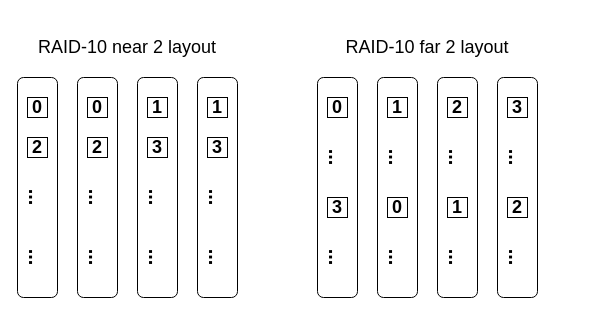
Earlier version of the draw.io diagram expandRAID/RAID-layout.drawio (Icarusradio/Pictures). Source tidied: cells renumbered, new cells numbered last; positions are measured from the earlier drawing's top-left corner, leaving out a move shared by most shapes. Both pictures are drawn from the tidied source at 100%, with x=0, y=0 at pixel (17, 17).
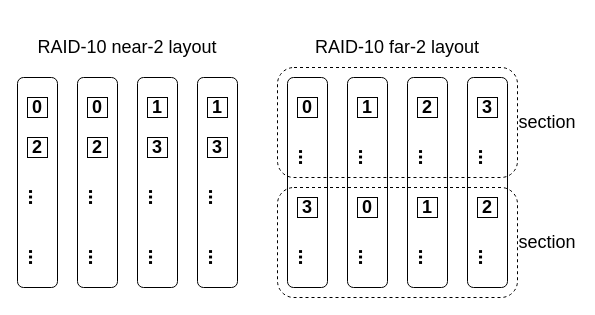
After the change.

What changed in the source:
```diff
@@
+    <mxCell id="44" style="rounded=1;whiteSpace=wrap;html=1;fillColor=none;dashed=1;" parent="1" vertex="1">
+      <mxGeometry x="260" y="170" width="240" height="110" as="geometry" />
+    </mxCell>
+    <mxCell id="45" style="rounded=1;whiteSpace=wrap;html=1;fillColor=none;dashed=1;" parent="1" vertex="1">
+      <mxGeometry x="260" y="50" width="240" height="110" as="geometry" />
+    </mxCell>
     <mxCell id="2" style="rounded=1;whiteSpace=wrap;html=1;fillColor=none;" parent="1" vertex="1">
-      <mxGeometry x="480" y="60" width="40" height="220" as="geometry" />
+      <mxGeometry x="450" y="60" width="40" height="210" as="geometry" />
     </mxCell>
     <mxCell id="3" style="rounded=1;whiteSpace=wrap;html=1;fillColor=none;" parent="1" vertex="1">
-      <mxGeometry x="420" y="60" width="40" height="220" as="geometry" />
+      <mxGeometry x="390" y="60" width="40" height="210" as="geometry" />
     </mxCell>
     <mxCell id="4" style="rounded=1;whiteSpace=wrap;html=1;fillColor=none;" parent="1" vertex="1">
-      <mxGeometry x="360" y="60" width="40" height="220" as="geometry" />
+      <mxGeometry x="330" y="60" width="40" height="210" as="geometry" />
     </mxCell>
     <mxCell id="5" style="rounded=1;whiteSpace=wrap;html=1;fillColor=none;" parent="1" vertex="1">
-      <mxGeometry x="300" y="60" width="40" height="220" as="geometry" />
+      <mxGeometry x="270" y="60" width="40" height="210" as="geometry" />
     </mxCell>
     <mxCell id="6" style="rounded=1;whiteSpace=wrap;html=1;fillColor=none;" parent="1" vertex="1">
-      <mxGeometry x="180" y="60" width="40" height="220" as="geometry" />
+      <mxGeometry x="180" y="60" width="40" height="210" as="geometry" />
     </mxCell>
     <mxCell id="7" style="rounded=1;whiteSpace=wrap;html=1;fillColor=none;" parent="1" vertex="1">
-      <mxGeometry x="120" y="60" width="40" height="220" as="geometry" />
+      <mxGeometry x="120" y="60" width="40" height="210" as="geometry" />
     </mxCell>
     <mxCell id="8" style="rounded=1;whiteSpace=wrap;html=1;fillColor=none;" parent="1" vertex="1">
-      <mxGeometry x="60" y="60" width="40" height="220" as="geometry" />
+      <mxGeometry x="60" y="60" width="40" height="210" as="geometry" />
     </mxCell>
     <mxCell id="9" style="rounded=1;whiteSpace=wrap;html=1;fillColor=none;" parent="1" vertex="1">
-      <mxGeometry y="60" width="40" height="220" as="geometry" />
+      <mxGeometry y="60" width="40" height="210" as="geometry" />
     </mxCell>
@@
     <mxCell id="18" value="&lt;b&gt;&lt;font style=&quot;font-size: 18px;&quot;&gt;0&lt;/font&gt;&lt;/b&gt;" style="rounded=0;whiteSpace=wrap;html=1;" parent="1" vertex="1">
-      <mxGeometry x="310" y="80" width="20" height="20" as="geometry" />
+      <mxGeometry x="280" y="80" width="20" height="20" as="geometry" />
     </mxCell>
     <mxCell id="19" value="&lt;b&gt;&lt;font style=&quot;font-size: 18px;&quot;&gt;1&lt;/font&gt;&lt;/b&gt;" style="rounded=0;whiteSpace=wrap;html=1;" parent="1" vertex="1">
-      <mxGeometry x="370" y="80" width="20" height="20" as="geometry" />
+      <mxGeometry x="340" y="80" width="20" height="20" as="geometry" />
     </mxCell>
     <mxCell id="20" value="&lt;b&gt;&lt;font style=&quot;font-size: 18px;&quot;&gt;2&lt;/font&gt;&lt;/b&gt;" style="rounded=0;whiteSpace=wrap;html=1;" parent="1" vertex="1">
-      <mxGeometry x="430" y="80" width="20" height="20" as="geometry" />
+      <mxGeometry x="400" y="80" width="20" height="20" as="geometry" />
     </mxCell>
     <mxCell id="21" value="&lt;b&gt;&lt;font style=&quot;font-size: 18px;&quot;&gt;3&lt;/font&gt;&lt;/b&gt;" style="rounded=0;whiteSpace=wrap;html=1;" parent="1" vertex="1">
-      <mxGeometry x="490" y="80" width="20" height="20" as="geometry" />
+      <mxGeometry x="460" y="80" width="20" height="20" as="geometry" />
     </mxCell>
     <mxCell id="22" value="&lt;b&gt;&lt;font style=&quot;font-size: 18px;&quot;&gt;0&lt;/font&gt;&lt;/b&gt;" style="rounded=0;whiteSpace=wrap;html=1;" parent="1" vertex="1">
-      <mxGeometry x="370" y="180" width="20" height="20" as="geometry" />
+      <mxGeometry x="340" y="180" width="20" height="20" as="geometry" />
     </mxCell>
     <mxCell id="23" value="&lt;b&gt;&lt;font style=&quot;font-size: 18px;&quot;&gt;3&lt;/font&gt;&lt;/b&gt;" style="rounded=0;whiteSpace=wrap;html=1;" parent="1" vertex="1">
-      <mxGeometry x="310" y="180" width="20" height="20" as="geometry" />
+      <mxGeometry x="280" y="180" width="20" height="20" as="geometry" />
     </mxCell>
     <mxCell id="24" value="&lt;b&gt;&lt;font style=&quot;font-size: 18px;&quot;&gt;2&lt;/font&gt;&lt;/b&gt;" style="rounded=0;whiteSpace=wrap;html=1;" parent="1" vertex="1">
-      <mxGeometry x="490" y="180" width="20" height="20" as="geometry" />
+      <mxGeometry x="460" y="180" width="20" height="20" as="geometry" />
     </mxCell>
     <mxCell id="25" value="&lt;b&gt;&lt;font style=&quot;font-size: 18px;&quot;&gt;1&lt;/font&gt;&lt;/b&gt;" style="rounded=0;whiteSpace=wrap;html=1;" parent="1" vertex="1">
-      <mxGeometry x="430" y="180" width="20" height="20" as="geometry" />
+      <mxGeometry x="400" y="180" width="20" height="20" as="geometry" />
     </mxCell>
@@
     <mxCell id="30" value="..." style="rounded=0;whiteSpace=wrap;html=1;fillColor=none;strokeColor=none;fontStyle=1;fontSize=20;rotation=90;" parent="1" vertex="1">
-      <mxGeometry x="300" y="130" width="40" height="20" as="geometry" />
+      <mxGeometry x="270" y="130" width="40" height="20" as="geometry" />
     </mxCell>
     <mxCell id="31" value="..." style="rounded=0;whiteSpace=wrap;html=1;fillColor=none;strokeColor=none;fontStyle=1;fontSize=20;rotation=90;" parent="1" vertex="1">
-      <mxGeometry x="360" y="130" width="40" height="20" as="geometry" />
+      <mxGeometry x="330" y="130" width="40" height="20" as="geometry" />
     </mxCell>
     <mxCell id="32" value="..." style="rounded=0;whiteSpace=wrap;html=1;fillColor=none;strokeColor=none;fontStyle=1;fontSize=20;rotation=90;" parent="1" vertex="1">
-      <mxGeometry x="420" y="130" width="40" height="20" as="geometry" />
+      <mxGeometry x="390" y="130" width="40" height="20" as="geometry" />
     </mxCell>
     <mxCell id="33" value="..." style="rounded=0;whiteSpace=wrap;html=1;fillColor=none;strokeColor=none;fontStyle=1;fontSize=20;rotation=90;" parent="1" vertex="1">
-      <mxGeometry x="480" y="130" width="40" height="20" as="geometry" />
+      <mxGeometry x="450" y="130" width="40" height="20" as="geometry" />
     </mxCell>
-    <mxCell id="34" value="RAID-10 near 2 layout" style="rounded=0;whiteSpace=wrap;html=1;fillColor=none;strokeColor=none;fontSize=18;" parent="1" vertex="1">
+    <mxCell id="34" value="RAID-10 near-2 layout" style="rounded=0;whiteSpace=wrap;html=1;fillColor=none;strokeColor=none;fontSize=18;" parent="1" vertex="1">
       <mxGeometry x="10" width="200" height="60" as="geometry" />
     </mxCell>
-    <mxCell id="35" value="RAID-10 far 2 layout" style="rounded=0;whiteSpace=wrap;html=1;fillColor=none;strokeColor=none;fontSize=18;" parent="1" vertex="1">
-      <mxGeometry x="320" width="180" height="60" as="geometry" />
+    <mxCell id="35" value="RAID-10 far-2 layout" style="rounded=0;whiteSpace=wrap;html=1;fillColor=none;strokeColor=none;fontSize=18;" parent="1" vertex="1">
+      <mxGeometry x="290" width="180" height="60" as="geometry" />
     </mxCell>
     <mxCell id="36" value="..." style="rounded=0;whiteSpace=wrap;html=1;fillColor=none;strokeColor=none;fontStyle=1;fontSize=20;rotation=90;" parent="1" vertex="1">
-      <mxGeometry x="300" y="230" width="40" height="20" as="geometry" />
+      <mxGeometry x="270" y="230" width="40" height="20" as="geometry" />
     </mxCell>
     <mxCell id="37" value="..." style="rounded=0;whiteSpace=wrap;html=1;fillColor=none;strokeColor=none;fontStyle=1;fontSize=20;rotation=90;" parent="1" vertex="1">
-      <mxGeometry x="360" y="230" width="40" height="20" as="geometry" />
+      <mxGeometry x="330" y="230" width="40" height="20" as="geometry" />
     </mxCell>
     <mxCell id="38" value="..." style="rounded=0;whiteSpace=wrap;html=1;fillColor=none;strokeColor=none;fontStyle=1;fontSize=20;rotation=90;" parent="1" vertex="1">
-      <mxGeometry x="420" y="230" width="40" height="20" as="geometry" />
+      <mxGeometry x="390" y="230" width="40" height="20" as="geometry" />
     </mxCell>
     <mxCell id="39" value="..." style="rounded=0;whiteSpace=wrap;html=1;fillColor=none;strokeColor=none;fontStyle=1;fontSize=20;rotation=90;" parent="1" vertex="1">
-      <mxGeometry x="480" y="230" width="40" height="20" as="geometry" />
+      <mxGeometry x="450" y="230" width="40" height="20" as="geometry" />
     </mxCell>
@@
+    <mxCell id="46" value="section" style="rounded=0;whiteSpace=wrap;html=1;fillColor=none;strokeColor=none;fontSize=18;" parent="1" vertex="1">
+      <mxGeometry x="500" y="92.5" width="60" height="25" as="geometry" />
+    </mxCell>
+    <mxCell id="47" value="section" style="rounded=0;whiteSpace=wrap;html=1;fillColor=none;strokeColor=none;fontSize=18;" parent="1" vertex="1">
+      <mxGeometry x="500" y="212.5" width="60" height="25" as="geometry" />
+    </mxCell>
```
